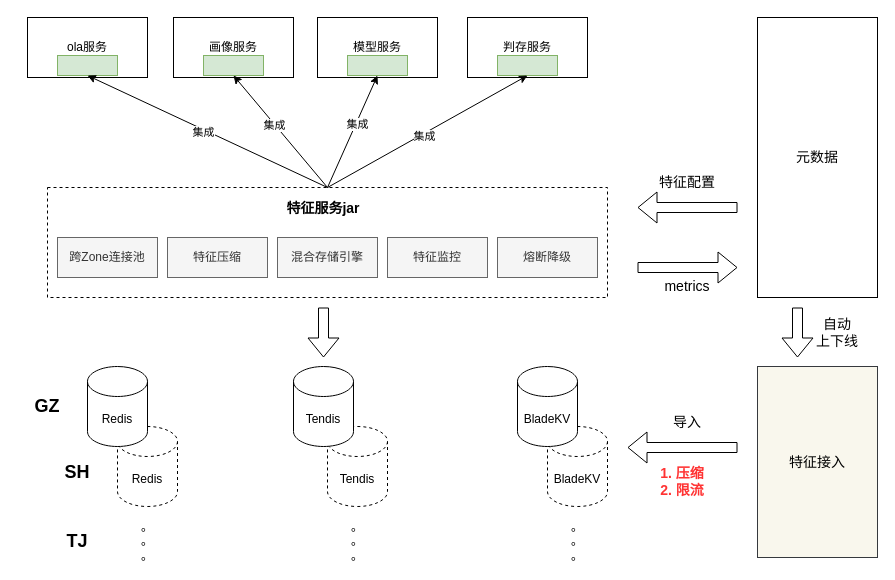
Earlier version of the draw.io diagram f_serving_high_level.drawio (learn2Pro/draw_io_save). Source tidied: cells renumbered, new cells numbered last; positions are measured from the earlier drawing's top-left corner, leaving out a move shared by most shapes. Both pictures are drawn from the tidied source at 100%, with x=0, y=0 at pixel (17, 17).
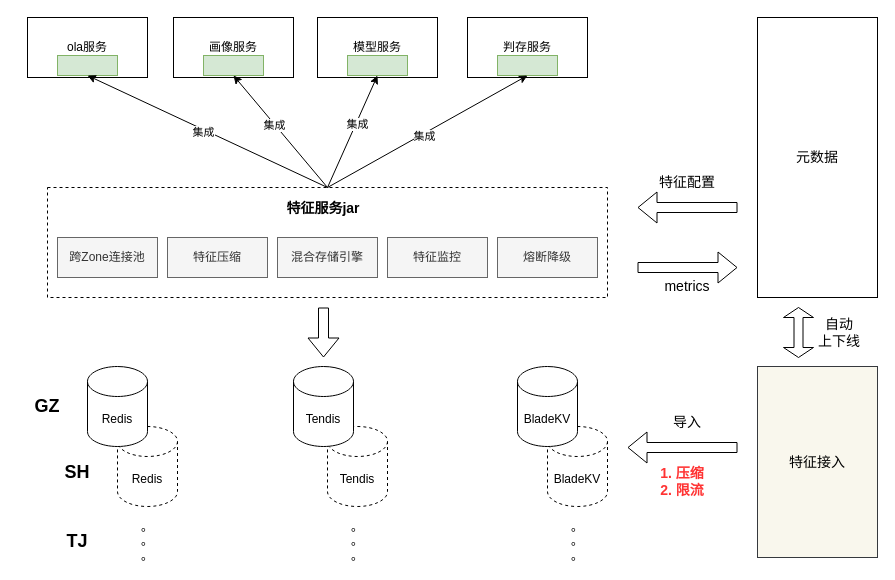
After the change.

Diff of the diagram source:
```diff
@@
-    <mxCell id="43" style="shape=flexArrow;endArrow=classic;html=1;rounded=0;fontSize=14;" parent="1" edge="1">
-      <mxGeometry relative="1" as="geometry">
-        <mxPoint x="780" y="290" as="sourcePoint" />
-        <mxPoint x="780" y="340" as="targetPoint" />
-      </mxGeometry>
-    </mxCell>
     <mxCell id="44" value="自动&lt;br&gt;上下线" style="text;html=1;strokeColor=none;fillColor=none;align=center;verticalAlign=middle;whiteSpace=wrap;rounded=0;dashed=1;fontSize=14;" parent="1" vertex="1">
-      <mxGeometry x="790" y="300" width="60" height="30" as="geometry" />
+      <mxGeometry x="792" y="300" width="60" height="30" as="geometry" />
     </mxCell>
@@
+    <mxCell id="51" style="shape=doubleArrow;direction=south;whiteSpace=wrap;html=1;" parent="1" vertex="1">
+      <mxGeometry x="766" y="290" width="30" height="50" as="geometry" />
+    </mxCell>
```
